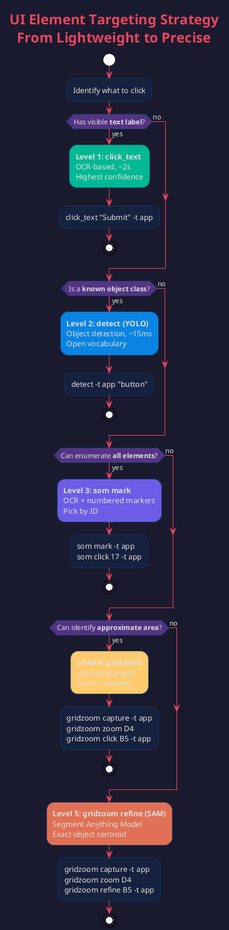
The PlantUML diagram docs/diagrams/strategy.png in gradusnikov/wsl-ui-automation, before a commit.
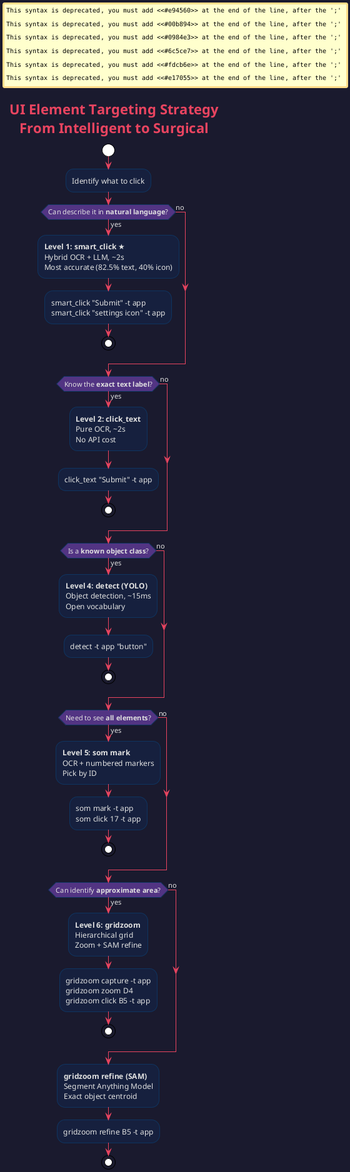
The same diagram one commit later.

Commit message:
Update architecture and strategy diagrams for smart_click

Diff of the diagram source:
```diff
@@ -9,23 +9,33 @@
 skinparam arrowColor #e94560
 skinparam titleFontColor #e94560
 
-title UI Element Targeting Strategy\nFrom Lightweight to Precise
+title UI Element Targeting Strategy\nFrom Intelligent to Surgical
 
 start
 
 :Identify what to click;
 
-if (Has visible **text label**?) then (yes)
-  #00b894:**Level 1: click_text**
-  OCR-based, ~2s
-  Highest confidence;
+if (Can describe it in **natural language**?) then (yes)
+  #e94560:**Level 1: smart_click** ★
+  Hybrid OCR + LLM, ~2s
+  Most accurate (82.5% text, 40% icon);
+  :smart_click "Submit" -t app
+  smart_click "settings icon" -t app;
+  stop
+else (no)
+endif
+
+if (Know the **exact text label**?) then (yes)
+  #00b894:**Level 2: click_text**
+  Pure OCR, ~2s
+  No API cost;
   :click_text "Submit" -t app;
   stop
 else (no)
 endif
 
 if (Is a **known object class**?) then (yes)
-  #0984e3:**Level 2: detect (YOLO)**
+  #0984e3:**Level 4: detect (YOLO)**
   Object detection, ~15ms
   Open vocabulary;
   :detect -t app "button";
@@ -33,8 +43,8 @@
 else (no)
 endif
 
-if (Can enumerate **all elements**?) then (yes)
-  #6c5ce7:**Level 3: som mark**
+if (Need to see **all elements**?) then (yes)
+  #6c5ce7:**Level 5: som mark**
   OCR + numbered markers
   Pick by ID;
   :som mark -t app
@@ -44,9 +54,9 @@
 endif
 
 if (Can identify **approximate area**?) then (yes)
-  #fdcb6e:**Level 4: gridzoom**
+  #fdcb6e:**Level 6: gridzoom**
   Hierarchical grid
-  Zoom + resolve;
+  Zoom + SAM refine;
   :gridzoom capture -t app
   gridzoom zoom D4
   gridzoom click B5 -t app;
@@ -54,12 +64,10 @@
 else (no)
 endif
 
-#e17055:**Level 5: gridzoom refine (SAM)**
+#e17055:**gridzoom refine (SAM)**
 Segment Anything Model
 Exact object centroid;
-:gridzoom capture -t app
-gridzoom zoom D4
-gridzoom refine B5 -t app;
+:gridzoom refine B5 -t app;
 stop
 
 @enduml
```
